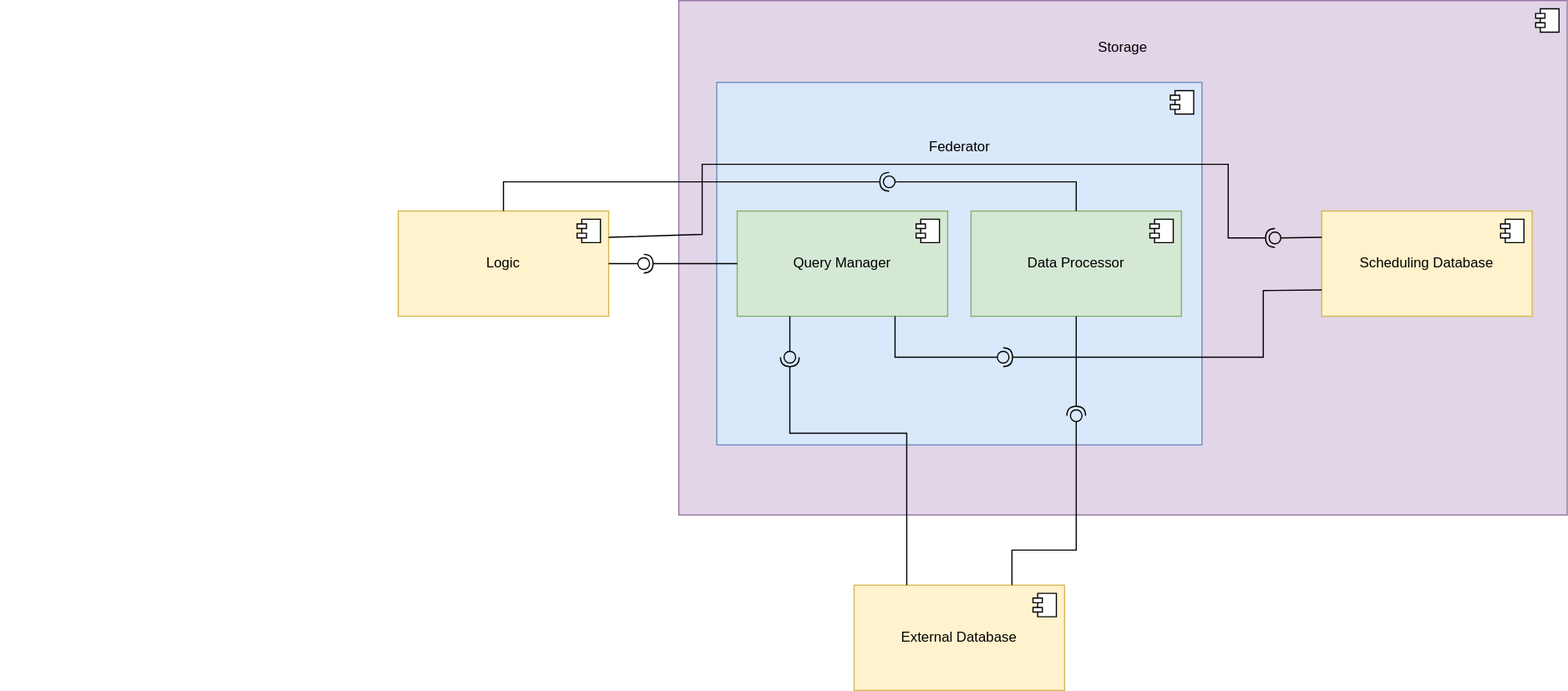
MckennahPalmer/CSE430 keeps this draw.io diagram as Storage/TeamOneFiles/Federator Diagram.svg. Above is the earlier version. Source tidied: cells renumbered, new cells last; positions are measured from the earlier drawing's top-left corner, leaving out a move shared by most shapes.
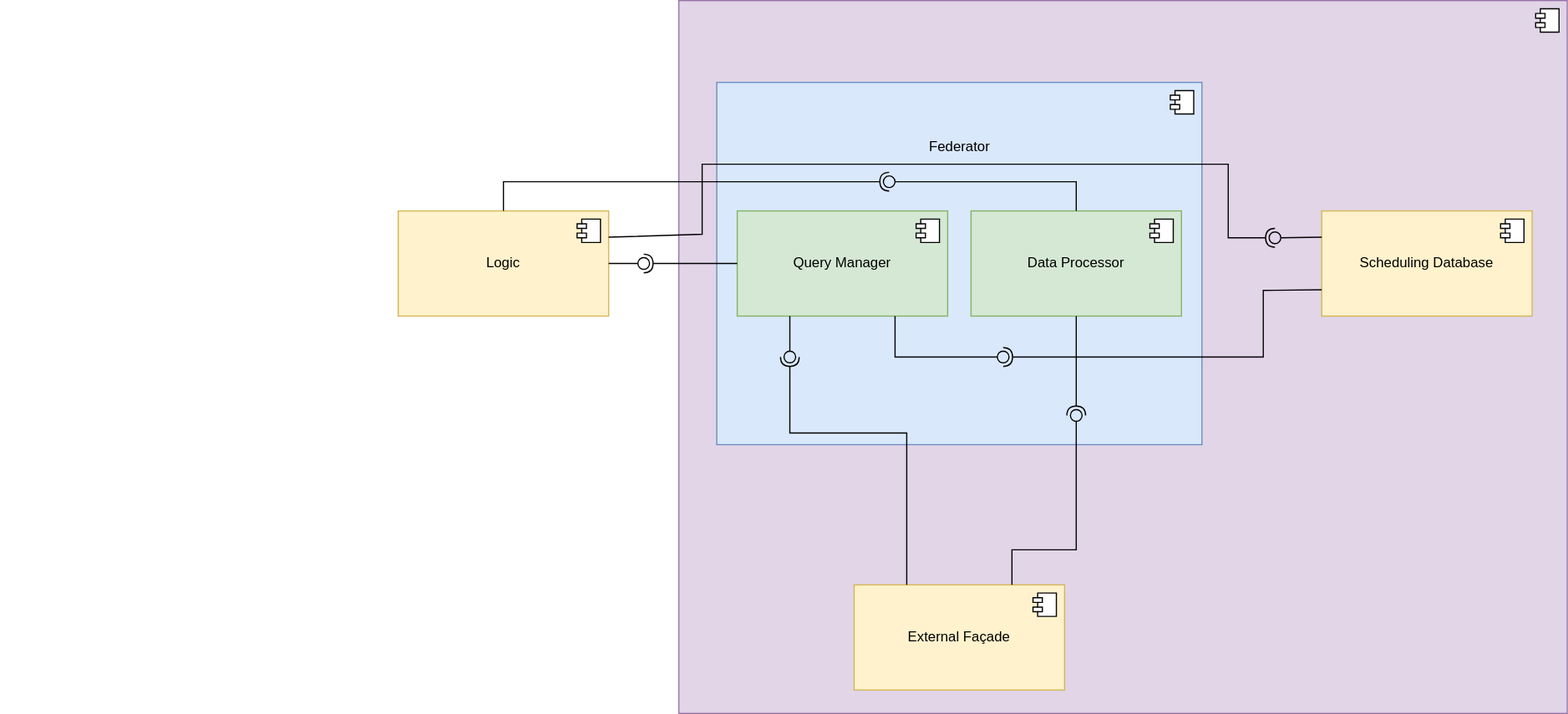
After the commit.

Commit message:
Updated Federator Diagram

The edit, as a diff of the source:
```diff
@@ -3,7 +3,7 @@
     <mxCell id="0" />
     <mxCell id="1" parent="0" />
     <mxCell id="2" value="Storage&lt;br&gt;&lt;br&gt;&lt;br&gt;&lt;br&gt;&lt;br&gt;&lt;br&gt;&lt;br&gt;&lt;br&gt;&lt;br&gt;&lt;br&gt;&lt;br&gt;&lt;br&gt;&lt;br&gt;&lt;br&gt;&lt;br&gt;&lt;br&gt;&lt;br&gt;&lt;br&gt;&lt;br&gt;&lt;br&gt;&lt;br&gt;&lt;br&gt;&lt;br&gt;&lt;br&gt;&lt;br&gt;&lt;br&gt;" style="html=1;whiteSpace=wrap;fillColor=#e1d5e7;strokeColor=#9673a6;" parent="1" vertex="1">
-      <mxGeometry x="580" width="760" height="440" as="geometry" />
+      <mxGeometry x="580" width="760" height="610" as="geometry" />
     </mxCell>
     <mxCell id="3" style="shape=module;jettyWidth=8;jettyHeight=4;" parent="2" vertex="1">
       <mxGeometry x="1" width="20" height="20" relative="1" as="geometry">
@@ -21,7 +21,7 @@
     <mxCell id="6" style="ellipse;whiteSpace=wrap;html=1;align=center;fillColor=none;strokeColor=none;perimeter=centerPerimeter;" parent="1" vertex="1">
       <mxGeometry y="220" width="10" height="10" as="geometry" />
     </mxCell>
-    <mxCell id="7" value="External Database" style="html=1;whiteSpace=wrap;fillColor=#fff2cc;strokeColor=#d6b656;" parent="1" vertex="1">
+    <mxCell id="7" value="External&amp;nbsp;Façade&lt;div&gt;&lt;br/&gt;&lt;/div&gt;" style="html=1;whiteSpace=wrap;fillColor=#fff2cc;strokeColor=#d6b656;spacingTop=14;" parent="1" vertex="1">
       <mxGeometry x="730" y="500" width="180" height="90" as="geometry" />
     </mxCell>
     <mxCell id="8" style="shape=module;jettyWidth=8;jettyHeight=4;" parent="7" vertex="1">
```
